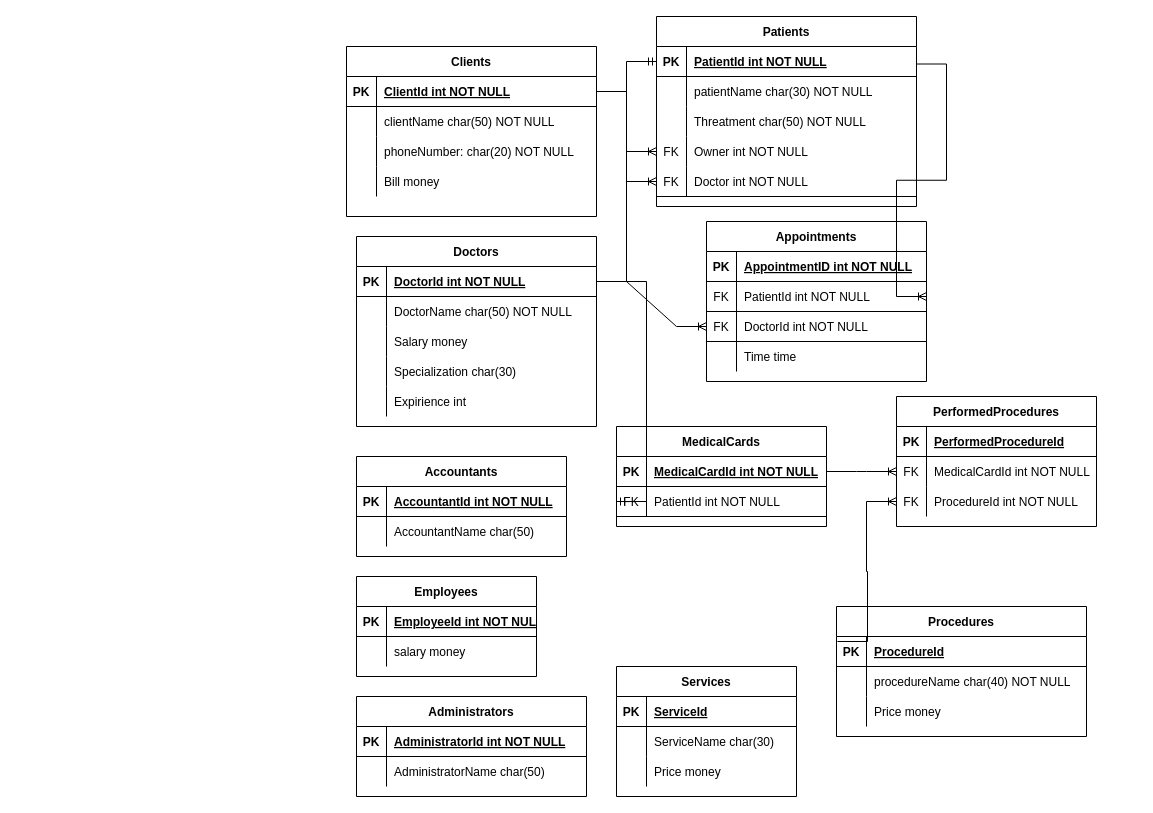
Earlier version of the draw.io diagram testRelationship.drawio (TRybina132/vetClinic). Source tidied: cells renumbered, new cells numbered last; positions are measured from the earlier drawing's top-left corner, leaving out a move shared by most shapes. Both pictures are drawn from the tidied source at 100%, with x=0, y=0 at pixel (346, 16).
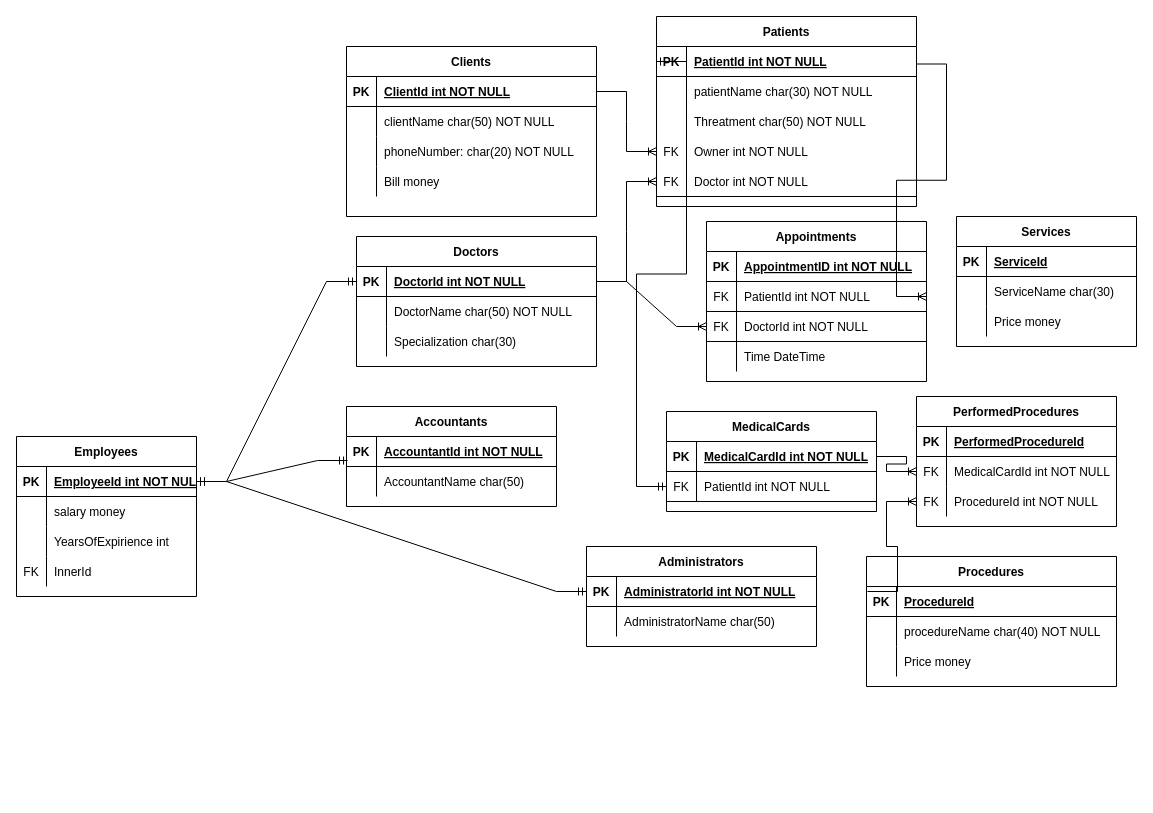
After the change.

The change refers to these unchanged cells:
```xml
<mxCell id="33" style="shape=tableRow;horizontal=0;startSize=0;swimlaneHead=0;swimlaneBody=0;fillColor=none;points=[[0,0.5],[1,0.5]];portConstraint=eastwest;top=0;left=0;right=0;bottom=1;" parent="32" vertex="1">
  <mxGeometry y="30" width="240" height="30" as="geometry" />
</mxCell>
<mxCell id="69" style="shape=tableRow;horizontal=0;startSize=0;swimlaneHead=0;swimlaneBody=0;fillColor=none;top=0;left=0;right=0;bottom=0;" parent="59" vertex="1">
  <mxGeometry y="120" width="220" height="30" as="geometry" />
</mxCell>
<mxCell id="74" style="shape=tableRow;horizontal=0;startSize=0;swimlaneHead=0;swimlaneBody=0;fillColor=none;points=[[0,0.5],[1,0.5]];portConstraint=eastwest;top=0;left=0;right=0;bottom=1;" parent="73" vertex="1">
  <mxGeometry y="30" width="210" height="30" as="geometry" />
</mxCell>
<mxCell id="82" style="shape=tableRow;horizontal=0;startSize=0;swimlaneHead=0;swimlaneBody=0;fillColor=none;points=[[0,0.5],[1,0.5]];portConstraint=eastwest;top=0;left=0;right=0;bottom=1;" parent="81" vertex="1">
  <mxGeometry y="30" width="180" height="30" as="geometry" />
</mxCell>
<mxCell id="89" style="shape=tableRow;horizontal=0;startSize=0;swimlaneHead=0;swimlaneBody=0;fillColor=none;points=[[0,0.5],[1,0.5]];portConstraint=eastwest;top=0;left=0;right=0;bottom=1;" parent="88" vertex="1">
  <mxGeometry y="30" width="230" height="30" as="geometry" />
</mxCell>
```

Change to the diagram source:
```diff
@@
     <mxCell id="32" value="Doctors" style="shape=table;startSize=30;childLayout=tableLayout;rowLines=0;fontStyle=1;align=center;" parent="1" vertex="1">
-      <mxGeometry x="10" y="220" width="240" height="190" as="geometry" />
+      <mxGeometry x="10" y="220" width="240" height="130" as="geometry" />
     </mxCell>
@@
-    <mxCell id="39" style="shape=tableRow;horizontal=0;startSize=0;swimlaneHead=0;swimlaneBody=0;fillColor=none;top=0;left=0;right=0;bottom=0;" parent="32" vertex="1">
-      <mxGeometry y="90" width="240" height="30" as="geometry" />
-    </mxCell>
-    <mxCell id="40" style="shape=partialRectangle;fillColor=none;top=0;left=0;bottom=0;right=0;overflow=hidden;" parent="39" vertex="1">
-      <mxGeometry width="30" height="30" as="geometry" />
-    </mxCell>
-    <mxCell id="41" value="Salary money" style="shape=partialRectangle;fillColor=none;top=0;left=0;bottom=0;right=0;align=left;spacingLeft=6;overflow=hidden;" parent="39" vertex="1">
-      <mxGeometry x="30" width="210" height="30" as="geometry" />
-    </mxCell>
     <mxCell id="42" style="shape=tableRow;horizontal=0;startSize=0;swimlaneHead=0;swimlaneBody=0;fillColor=none;top=0;left=0;right=0;bottom=0;" parent="32" vertex="1">
-      <mxGeometry y="120" width="240" height="30" as="geometry" />
+      <mxGeometry y="90" width="240" height="30" as="geometry" />
     </mxCell>
@@
-    <mxCell id="45" style="shape=tableRow;horizontal=0;startSize=0;swimlaneHead=0;swimlaneBody=0;fillColor=none;top=0;left=0;right=0;bottom=0;" parent="32" vertex="1">
-      <mxGeometry y="150" width="240" height="30" as="geometry" />
-    </mxCell>
-    <mxCell id="46" style="shape=partialRectangle;fillColor=none;top=0;left=0;bottom=0;right=0;overflow=hidden;" parent="45" vertex="1">
-      <mxGeometry width="30" height="30" as="geometry" />
-    </mxCell>
-    <mxCell id="47" value="Expirience int" style="shape=partialRectangle;fillColor=none;top=0;left=0;bottom=0;right=0;align=left;spacingLeft=6;overflow=hidden;" parent="45" vertex="1">
-      <mxGeometry x="30" width="210" height="30" as="geometry" />
-    </mxCell>
@@
     <mxCell id="49" value="Procedures" style="shape=table;startSize=30;childLayout=tableLayout;rowLines=0;fontStyle=1;align=center;" parent="1" vertex="1">
-      <mxGeometry x="490" y="590" width="250" height="130" as="geometry" />
+      <mxGeometry x="520" y="540" width="250" height="130" as="geometry" />
     </mxCell>
@@
-    <mxCell id="71" value="Time time" style="shape=partialRectangle;fillColor=none;top=0;left=0;bottom=0;right=0;align=left;spacingLeft=6;overflow=hidden;" parent="69" vertex="1">
+    <mxCell id="71" value="Time DateTime" style="shape=partialRectangle;fillColor=none;top=0;left=0;bottom=0;right=0;align=left;spacingLeft=6;overflow=hidden;" parent="69" vertex="1">
       <mxGeometry x="30" width="190" height="30" as="geometry" />
     </mxCell>
@@
     <mxCell id="73" value="Accountants" style="shape=table;startSize=30;childLayout=tableLayout;rowLines=0;fontStyle=1;align=center;" parent="1" vertex="1">
-      <mxGeometry x="10" y="440" width="210" height="100" as="geometry" />
+      <mxGeometry y="390" width="210" height="100" as="geometry" />
     </mxCell>
@@
     <mxCell id="81" value="Employees" style="shape=table;startSize=30;childLayout=tableLayout;rowLines=0;fontStyle=1;align=center;" parent="1" vertex="1">
-      <mxGeometry x="10" y="560" width="180" height="100" as="geometry" />
+      <mxGeometry x="-330" y="420" width="180" height="160" as="geometry" />
     </mxCell>
@@
+    <mxCell id="127" style="shape=tableRow;horizontal=0;startSize=0;swimlaneHead=0;swimlaneBody=0;fillColor=none;top=0;left=0;right=0;bottom=0;" parent="81" vertex="1">
+      <mxGeometry y="90" width="180" height="30" as="geometry" />
+    </mxCell>
+    <mxCell id="128" style="shape=partialRectangle;fillColor=none;top=0;left=0;bottom=0;right=0;overflow=hidden;" parent="127" vertex="1">
+      <mxGeometry width="30" height="30" as="geometry" />
+    </mxCell>
+    <mxCell id="129" value="YearsOfExpirience int" style="shape=partialRectangle;fillColor=none;top=0;left=0;bottom=0;right=0;align=left;spacingLeft=6;overflow=hidden;" parent="127" vertex="1">
+      <mxGeometry x="30" width="150" height="30" as="geometry" />
+    </mxCell>
+    <mxCell id="130" style="shape=tableRow;horizontal=0;startSize=0;swimlaneHead=0;swimlaneBody=0;fillColor=none;top=0;left=0;right=0;bottom=0;" parent="81" vertex="1">
+      <mxGeometry y="120" width="180" height="30" as="geometry" />
+    </mxCell>
+    <mxCell id="131" value="FK" style="shape=partialRectangle;fillColor=none;top=0;left=0;bottom=0;right=0;fontStyle=0;overflow=hidden;" parent="130" vertex="1">
+      <mxGeometry width="30" height="30" as="geometry" />
+    </mxCell>
+    <mxCell id="132" value="InnerId" style="shape=partialRectangle;fillColor=none;top=0;left=0;bottom=0;right=0;align=left;spacingLeft=6;fontStyle=0;overflow=hidden;" parent="130" vertex="1">
+      <mxGeometry x="30" width="150" height="30" as="geometry" />
+    </mxCell>
     <mxCell id="88" value="Administrators" style="shape=table;startSize=30;childLayout=tableLayout;rowLines=0;fontStyle=1;align=center;" parent="1" vertex="1">
-      <mxGeometry x="10" y="680" width="230" height="100" as="geometry" />
+      <mxGeometry x="240" y="530" width="230" height="100" as="geometry" />
     </mxCell>
@@
     <mxCell id="95" value="Services" style="shape=table;startSize=30;childLayout=tableLayout;rowLines=0;fontStyle=1;align=center;" parent="1" vertex="1">
-      <mxGeometry x="270" y="650" width="180" height="130" as="geometry" />
+      <mxGeometry x="610" y="200" width="180" height="130" as="geometry" />
     </mxCell>
@@
     <mxCell id="107" value="MedicalCards" style="shape=table;startSize=30;childLayout=tableLayout;rowLines=0;fontStyle=1;align=center;" parent="1" vertex="1">
-      <mxGeometry x="270" y="410" width="210" height="100" as="geometry" />
+      <mxGeometry x="320" y="395" width="210" height="100" as="geometry" />
     </mxCell>
@@
     <mxCell id="114" value="PerformedProcedures" style="shape=table;startSize=30;childLayout=tableLayout;rowLines=0;fontStyle=1;align=center;" parent="1" vertex="1">
-      <mxGeometry x="550" y="380" width="200" height="130" as="geometry" />
+      <mxGeometry x="570" y="380" width="200" height="130" as="geometry" />
     </mxCell>
@@
+    <mxCell id="133" style="edgeStyle=entityRelationEdgeStyle;fontSize=12;html=1;endArrow=ERmandOne;startArrow=ERmandOne;rounded=0;exitX=1;exitY=0.5;exitDx=0;exitDy=0;" parent="1" edge="1" source="82" target="33">
+      <mxGeometry relative="1" as="geometry" />
+    </mxCell>
+    <mxCell id="134" style="edgeStyle=entityRelationEdgeStyle;fontSize=12;html=1;endArrow=ERmandOne;startArrow=ERmandOne;rounded=0;entryX=0.005;entryY=0.8;entryDx=0;entryDy=0;entryPerimeter=0;exitX=1;exitY=0.5;exitDx=0;exitDy=0;" parent="1" edge="1" source="82" target="74">
+      <mxGeometry relative="1" as="geometry" />
+    </mxCell>
+    <mxCell id="135" style="edgeStyle=entityRelationEdgeStyle;fontSize=12;html=1;endArrow=ERmandOne;startArrow=ERmandOne;rounded=0;entryX=0;entryY=0.5;entryDx=0;entryDy=0;exitX=1;exitY=0.5;exitDx=0;exitDy=0;" parent="1" edge="1" source="82" target="89">
+      <mxGeometry relative="1" as="geometry" />
+    </mxCell>
```
